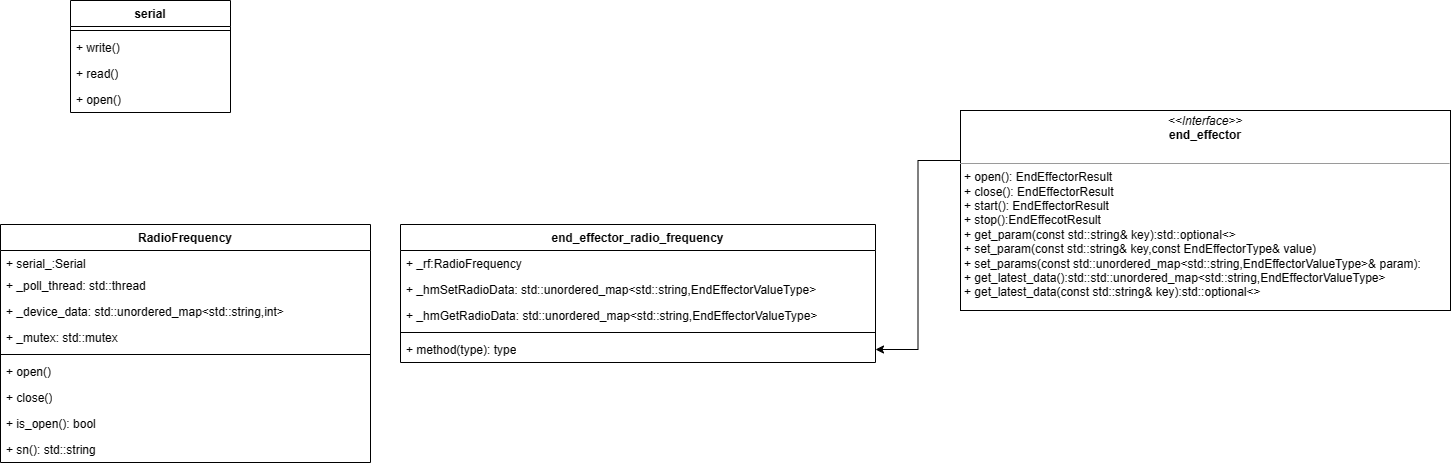
Durpe/Drawio keeps this draw.io diagram as 理疗/理疗头类图.drawio.png. Above is the earlier version. Source tidied: cells renumbered, new cells last; positions are measured from the earlier drawing's top-left corner, leaving out a move shared by most shapes.
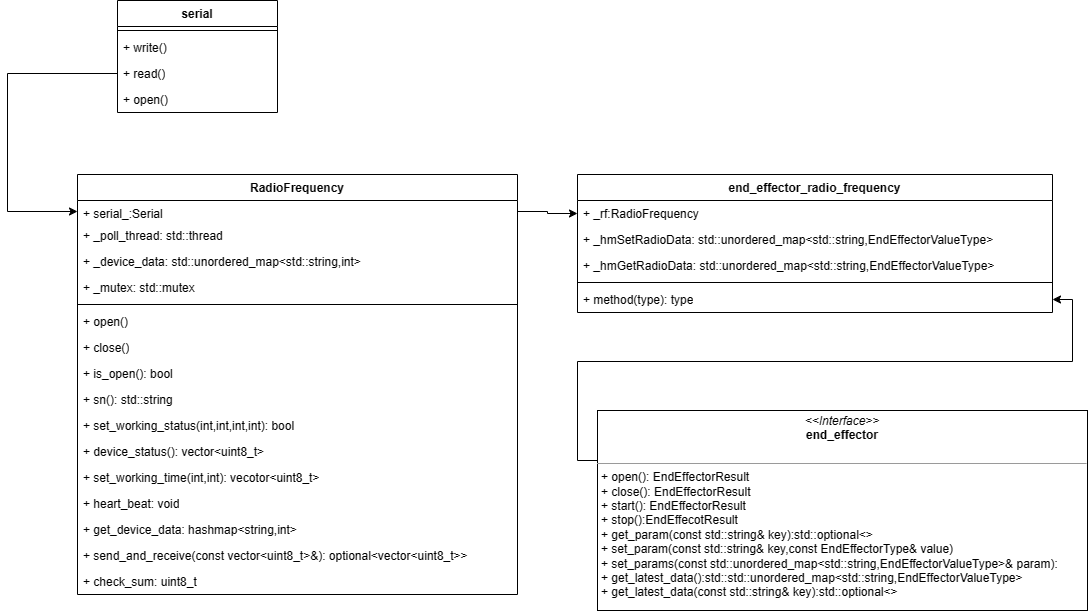
After the change.

Commit message:
更新理疗头类图.drawio.png

Diff of the diagram source:
```diff
@@ -3,7 +3,7 @@
     <mxCell id="0" />
     <mxCell id="1" parent="0" />
     <mxCell id="2" value="serial" style="swimlane;fontStyle=1;align=center;verticalAlign=top;horizontal=1;startSize=26;whiteSpace=wrap;html=1;" parent="1" vertex="1">
-      <mxGeometry x="70" width="160" height="112" as="geometry" />
+      <mxGeometry x="-60" y="50" width="160" height="112" as="geometry" />
     </mxCell>
     <mxCell id="3" style="line;strokeWidth=1;fillColor=none;align=left;verticalAlign=middle;spacingTop=-1;spacingLeft=3;spacingRight=3;labelPosition=right;strokeColor=inherit;" parent="2" vertex="1">
       <mxGeometry y="26" width="160" height="8" as="geometry" />
@@ -39,37 +39,74 @@
       <mxGeometry relative="1" as="geometry" />
     </mxCell>
     <mxCell id="14" value="&lt;p style=&quot;margin:0px;margin-top:4px;text-align:center;&quot;&gt;&lt;i&gt;&amp;lt;&amp;lt;Interface&amp;gt;&amp;gt;&lt;/i&gt;&lt;br&gt;&lt;b&gt;end_effector&lt;/b&gt;&lt;/p&gt;&lt;p style=&quot;margin:0px;margin-left:4px;&quot;&gt;&lt;br&gt;&lt;/p&gt;&lt;hr size=&quot;1&quot;&gt;&lt;p style=&quot;margin:0px;margin-left:4px;&quot;&gt;+ open(): EndEffectorResult&lt;br&gt;+ close(): EndEffectorResult&lt;/p&gt;&lt;p style=&quot;margin:0px;margin-left:4px;&quot;&gt;+ start(): EndEffectorResult&lt;/p&gt;&lt;p style=&quot;margin:0px;margin-left:4px;&quot;&gt;+ stop():EndEffecotResult&lt;/p&gt;&lt;p style=&quot;margin:0px;margin-left:4px;&quot;&gt;+ get_param(const std::string&amp;amp; key):std::optional&amp;lt;&amp;gt;&lt;/p&gt;&lt;p style=&quot;margin:0px;margin-left:4px;&quot;&gt;+ set_param(const std::string&amp;amp; key,const EndEffectorType&amp;amp; value)&lt;/p&gt;&lt;p style=&quot;margin:0px;margin-left:4px;&quot;&gt;+ set_params(const std::unordered_map&amp;lt;std::string,EndEffectorValueType&amp;gt;&amp;amp; param):&lt;/p&gt;&lt;p style=&quot;margin:0px;margin-left:4px;&quot;&gt;+ get_latest_data():std::std::unordered_map&amp;lt;std::string,EndEffectorValueType&amp;gt;&lt;/p&gt;&lt;p style=&quot;margin:0px;margin-left:4px;&quot;&gt;+ get_latest_data(const std::string&amp;amp; key):std::optional&amp;lt;&amp;gt;&lt;/p&gt;" style="verticalAlign=top;align=left;overflow=fill;fontSize=12;fontFamily=Helvetica;html=1;whiteSpace=wrap;" parent="1" vertex="1">
-      <mxGeometry x="960" y="110" width="490" height="200" as="geometry" />
+      <mxGeometry x="420" y="460" width="490" height="200" as="geometry" />
     </mxCell>
     <mxCell id="15" value="RadioFrequency" style="swimlane;fontStyle=1;align=center;verticalAlign=top;horizontal=1;startSize=26;whiteSpace=wrap;html=1;" parent="1" vertex="1">
-      <mxGeometry y="224" width="370" height="238" as="geometry" />
+      <mxGeometry x="-100" y="224" width="440" height="420" as="geometry" />
     </mxCell>
     <mxCell id="16" value="+ serial_:Serial" style="text;strokeColor=none;fillColor=none;align=left;verticalAlign=top;spacingLeft=4;spacingRight=4;overflow=hidden;points=[[0,0.5],[1,0.5]];portConstraint=eastwest;whiteSpace=wrap;html=1;" parent="15" vertex="1">
-      <mxGeometry y="26" width="370" height="22" as="geometry" />
+      <mxGeometry y="26" width="440" height="22" as="geometry" />
     </mxCell>
     <mxCell id="17" value="+ _poll_thread: std::thread" style="text;strokeColor=none;fillColor=none;align=left;verticalAlign=top;spacingLeft=4;spacingRight=4;overflow=hidden;whiteSpace=wrap;html=1;" parent="15" vertex="1">
-      <mxGeometry y="48" width="370" height="26" as="geometry" />
+      <mxGeometry y="48" width="440" height="26" as="geometry" />
     </mxCell>
     <mxCell id="18" value="+ _device_data: std::unordered_map&amp;lt;std::string,int&amp;gt;" style="text;strokeColor=none;fillColor=none;align=left;verticalAlign=top;spacingLeft=4;spacingRight=4;overflow=hidden;whiteSpace=wrap;html=1;" parent="15" vertex="1">
-      <mxGeometry y="74" width="370" height="26" as="geometry" />
+      <mxGeometry y="74" width="440" height="26" as="geometry" />
     </mxCell>
     <mxCell id="19" value="+ _mutex: std::mutex" style="text;strokeColor=none;fillColor=none;align=left;verticalAlign=top;spacingLeft=4;spacingRight=4;overflow=hidden;whiteSpace=wrap;html=1;" parent="15" vertex="1">
-      <mxGeometry y="100" width="370" height="26" as="geometry" />
+      <mxGeometry y="100" width="440" height="26" as="geometry" />
     </mxCell>
     <mxCell id="20" style="line;strokeWidth=1;fillColor=none;align=left;verticalAlign=middle;spacingTop=-1;spacingLeft=3;spacingRight=3;labelPosition=right;strokeColor=inherit;" parent="15" vertex="1">
-      <mxGeometry y="126" width="370" height="8" as="geometry" />
+      <mxGeometry y="126" width="440" height="8" as="geometry" />
     </mxCell>
     <mxCell id="21" value="+ open()" style="text;strokeColor=none;fillColor=none;align=left;verticalAlign=top;spacingLeft=4;spacingRight=4;overflow=hidden;whiteSpace=wrap;html=1;" parent="15" vertex="1">
-      <mxGeometry y="134" width="370" height="26" as="geometry" />
+      <mxGeometry y="134" width="440" height="26" as="geometry" />
     </mxCell>
     <mxCell id="22" value="+ close()&lt;br&gt;" style="text;strokeColor=none;fillColor=none;align=left;verticalAlign=top;spacingLeft=4;spacingRight=4;overflow=hidden;whiteSpace=wrap;html=1;" parent="15" vertex="1">
-      <mxGeometry y="160" width="370" height="26" as="geometry" />
+      <mxGeometry y="160" width="440" height="26" as="geometry" />
     </mxCell>
     <mxCell id="23" value="+ is_open(): bool" style="text;strokeColor=none;fillColor=none;align=left;verticalAlign=top;spacingLeft=4;spacingRight=4;overflow=hidden;whiteSpace=wrap;html=1;" parent="15" vertex="1">
-      <mxGeometry y="186" width="370" height="26" as="geometry" />
+      <mxGeometry y="186" width="440" height="26" as="geometry" />
     </mxCell>
     <mxCell id="24" value="+ sn(): std::string" style="text;strokeColor=none;fillColor=none;align=left;verticalAlign=top;spacingLeft=4;spacingRight=4;overflow=hidden;whiteSpace=wrap;html=1;" parent="15" vertex="1">
-      <mxGeometry y="212" width="370" height="26" as="geometry" />
+      <mxGeometry y="212" width="440" height="26" as="geometry" />
     </mxCell>
+    <mxCell id="25" value="+ set_working_status(int,int,int,int): bool" style="text;strokeColor=none;fillColor=none;align=left;verticalAlign=top;spacingLeft=4;spacingRight=4;overflow=hidden;whiteSpace=wrap;html=1;" parent="15" vertex="1">
+      <mxGeometry y="238" width="440" height="26" as="geometry" />
+    </mxCell>
+    <mxCell id="26" value="+ device_status(): vector&amp;lt;uint8_t&amp;gt;" style="text;strokeColor=none;fillColor=none;align=left;verticalAlign=top;spacingLeft=4;spacingRight=4;overflow=hidden;whiteSpace=wrap;html=1;" parent="15" vertex="1">
+      <mxGeometry y="264" width="440" height="26" as="geometry" />
+    </mxCell>
+    <mxCell id="27" value="+ set_working_time(int,int): vecotor&amp;lt;uint8_t&amp;gt;" style="text;strokeColor=none;fillColor=none;align=left;verticalAlign=top;spacingLeft=4;spacingRight=4;overflow=hidden;whiteSpace=wrap;html=1;" parent="15" vertex="1">
+      <mxGeometry y="290" width="440" height="26" as="geometry" />
+    </mxCell>
+    <mxCell id="28" value="+ heart_beat: void" style="text;strokeColor=none;fillColor=none;align=left;verticalAlign=top;spacingLeft=4;spacingRight=4;overflow=hidden;whiteSpace=wrap;html=1;" parent="15" vertex="1">
+      <mxGeometry y="316" width="440" height="26" as="geometry" />
+    </mxCell>
+    <mxCell id="29" value="+ get_device_data: hashmap&amp;lt;string,int&amp;gt;" style="text;strokeColor=none;fillColor=none;align=left;verticalAlign=top;spacingLeft=4;spacingRight=4;overflow=hidden;whiteSpace=wrap;html=1;" parent="15" vertex="1">
+      <mxGeometry y="342" width="440" height="26" as="geometry" />
+    </mxCell>
+    <mxCell id="30" value="+ send_and_receive(const vector&amp;lt;uint8_t&amp;gt;&amp;amp;): optional&amp;lt;vector&amp;lt;uint8_t&amp;gt;&amp;gt;" style="text;strokeColor=none;fillColor=none;align=left;verticalAlign=top;spacingLeft=4;spacingRight=4;overflow=hidden;whiteSpace=wrap;html=1;" parent="15" vertex="1">
+      <mxGeometry y="368" width="440" height="26" as="geometry" />
+    </mxCell>
+    <mxCell id="31" value="+ check_sum: uint8_t" style="text;strokeColor=none;fillColor=none;align=left;verticalAlign=top;spacingLeft=4;spacingRight=4;overflow=hidden;whiteSpace=wrap;html=1;" parent="15" vertex="1">
+      <mxGeometry y="394" width="440" height="26" as="geometry" />
+    </mxCell>
+    <mxCell id="32" style="edgeStyle=orthogonalEdgeStyle;rounded=0;jettySize=auto;html=1;exitX=0;exitY=0.5;exitDx=0;exitDy=0;entryX=0;entryY=0.5;entryDx=0;entryDy=0;" parent="1" edge="1" source="5" target="16">
+      <mxGeometry relative="1" as="geometry">
+        <Array as="points">
+          <mxPoint x="-170" y="123" />
+          <mxPoint x="-170" y="261" />
+        </Array>
+      </mxGeometry>
+    </mxCell>
+    <mxCell id="33" style="edgeStyle=orthogonalEdgeStyle;rounded=0;jettySize=auto;html=1;exitX=1;exitY=0.5;exitDx=0;exitDy=0;" parent="1" edge="1" source="16" target="8">
+      <mxGeometry relative="1" as="geometry">
+        <Array as="points">
+          <mxPoint x="370" y="261" />
+          <mxPoint x="370" y="263" />
+        </Array>
+      </mxGeometry>
+    </mxCell>
   </root>
 </mxGraphModel>
```
